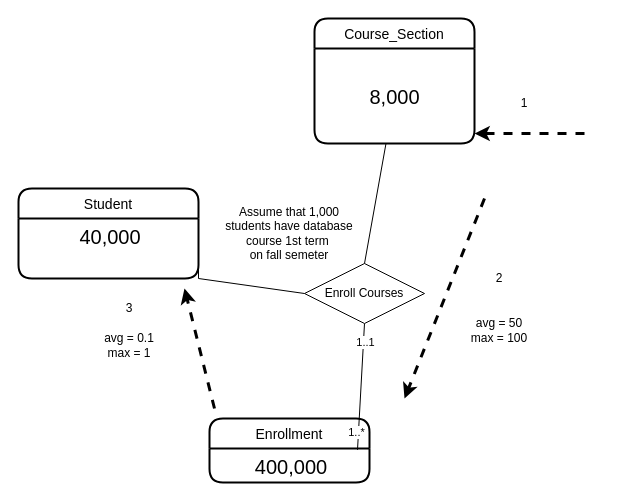
Earlier version of the draw.io diagram page "第 6 页" (6 of 7) of 未命名绘图2.drawio (bincute/iAmReadingBook). Source tidied: cells renumbered, new cells numbered last; positions are measured from the earlier drawing's top-left corner, leaving out a move shared by most shapes. Both pictures are drawn from the tidied source at 100%, with x=0, y=0 at pixel (18, 18).
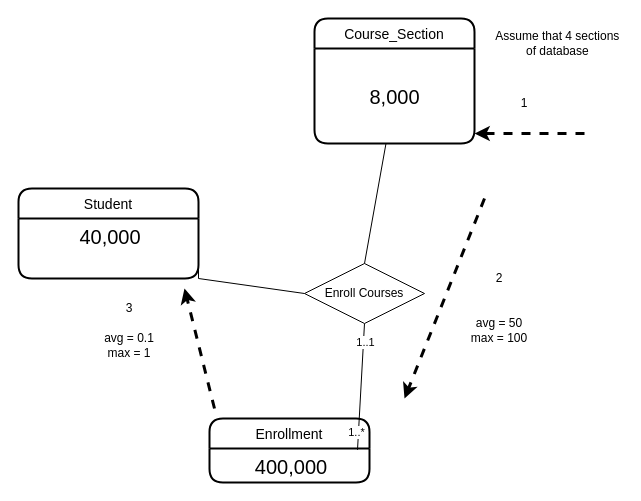
The same page after the edit.

Change to the diagram source:
```diff
@@
-    <mxCell id="15" value="Assume that 1,000 students have database course 1st term&amp;nbsp;&lt;br&gt;&amp;nbsp;on fall semeter&amp;nbsp;" style="text;html=1;strokeColor=none;fillColor=none;align=center;verticalAlign=middle;whiteSpace=wrap;rounded=0;" parent="1" vertex="1">
-      <mxGeometry x="206" y="200" width="130" height="30" as="geometry" />
+    <mxCell id="15" value="Assume that 4 sections&amp;nbsp; of database&amp;nbsp;" style="text;html=1;strokeColor=none;fillColor=none;align=center;verticalAlign=middle;whiteSpace=wrap;rounded=0;" parent="1" vertex="1">
+      <mxGeometry x="476" y="10" width="130" height="30" as="geometry" />
     </mxCell>
```
